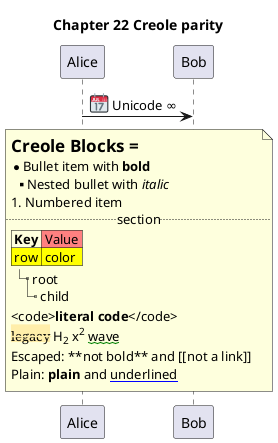
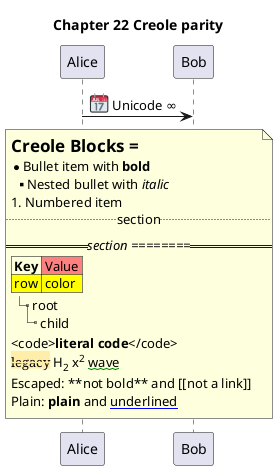
@startuml
title Chapter 22 Creole parity

Alice -> Bob: <:calendar:> Unicode <U+221E>

note over Alice, Bob
= Creole Blocks =
* Bullet item with **bold**
** Nested bullet with //italic//
# Numbered item
.. section ..
+ ========== section ==========
|= Key |<#FF8080> Value |
<#yellow>| row | color |
|_ root
  |_ child
<code>**literal code**</code>
<font:serif><back:#ffeeaa><s>legacy</s></back></font> H<sub>2</sub> x<sup>2</sup> <w:green>wave</w>
Escaped: ~**not bold** and ~[[not a link]]
Plain: <plain>**plain**</plain> and <u:blue>underlined</u>
end note
@enduml
